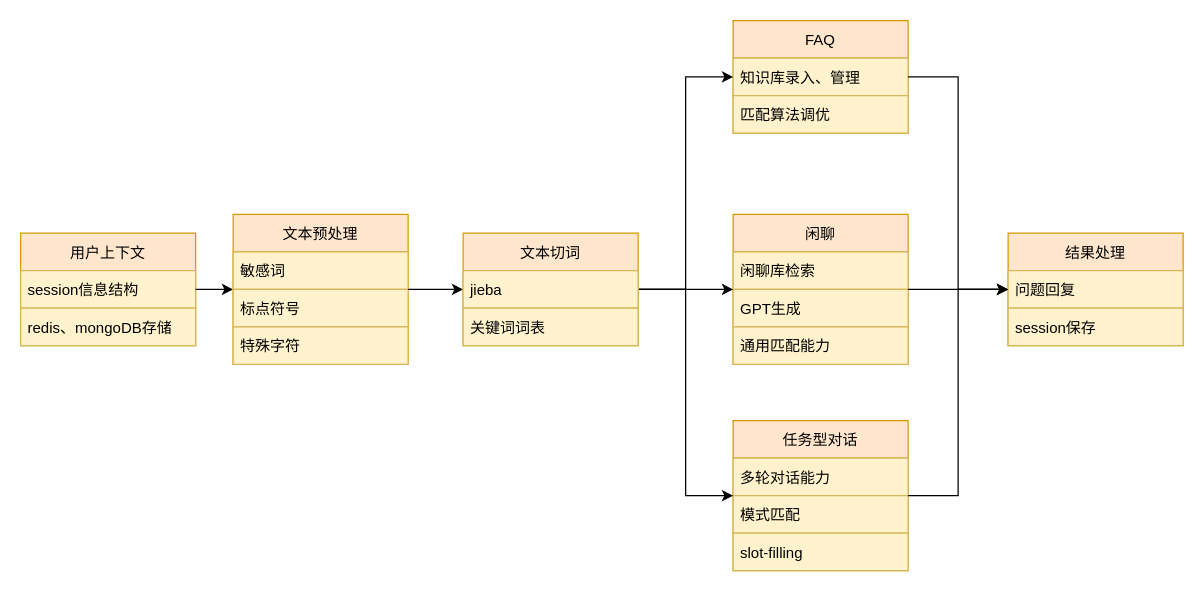
mbabby/draw.io.file keeps this draw.io diagram as page "对话机器人构成" (1 of 5) of 智能内呼对话框架.drawio. Above is the earlier version. Source tidied: cells renumbered, new cells numbered last; positions are measured from the earlier drawing's top-left corner, leaving out a move shared by most shapes. Both pictures are drawn from the tidied source at 125%, with x=0, y=0 at pixel (20, 20).
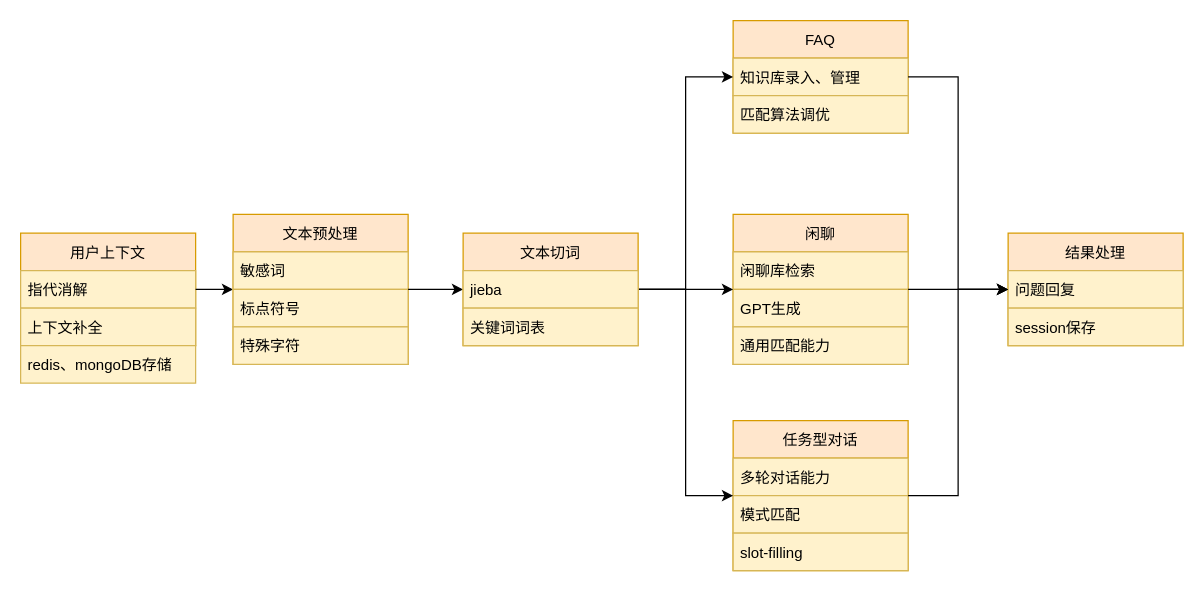
The same page after the edit.

Commit message (it also covers changes not shown here):
Update 智能内呼对话框架.drawio

Unchanged cells that the change refers to:
```xml
<mxCell id="2" value="用户上下文" style="swimlane;fontStyle=0;horizontal=1;startSize=30;fillColor=#ffe6cc;strokeColor=#d79b00;" parent="1" vertex="1">
  <mxGeometry y="170" width="140" height="90" as="geometry" />
</mxCell>
```

What changed in the source:
```diff
@@
-    <mxCell id="3" value="session信息结构" style="text;strokeColor=#d6b656;fillColor=#fff2cc;align=left;verticalAlign=middle;spacingLeft=4;spacingRight=4;overflow=hidden;" parent="2" vertex="1">
+    <mxCell id="3" value="指代消解" style="text;strokeColor=#d6b656;fillColor=#fff2cc;align=left;verticalAlign=middle;spacingLeft=4;spacingRight=4;overflow=hidden;" parent="2" vertex="1">
       <mxGeometry y="30" width="140" height="30" as="geometry" />
     </mxCell>
-    <mxCell id="4" value="redis、mongoDB存储" style="text;strokeColor=#d6b656;fillColor=#fff2cc;align=left;verticalAlign=middle;spacingLeft=4;spacingRight=4;overflow=hidden;" parent="2" vertex="1">
+    <mxCell id="4" value="上下文补全" style="text;strokeColor=#d6b656;fillColor=#fff2cc;align=left;verticalAlign=middle;spacingLeft=4;spacingRight=4;overflow=hidden;" parent="2" vertex="1">
       <mxGeometry y="60" width="140" height="30" as="geometry" />
     </mxCell>
@@
+    <mxCell id="34" value="redis、mongoDB存储" style="text;strokeColor=#d6b656;fillColor=#fff2cc;align=left;verticalAlign=middle;spacingLeft=4;spacingRight=4;overflow=hidden;" parent="1" vertex="1">
+      <mxGeometry y="260" width="140" height="30" as="geometry" />
+    </mxCell>
```
